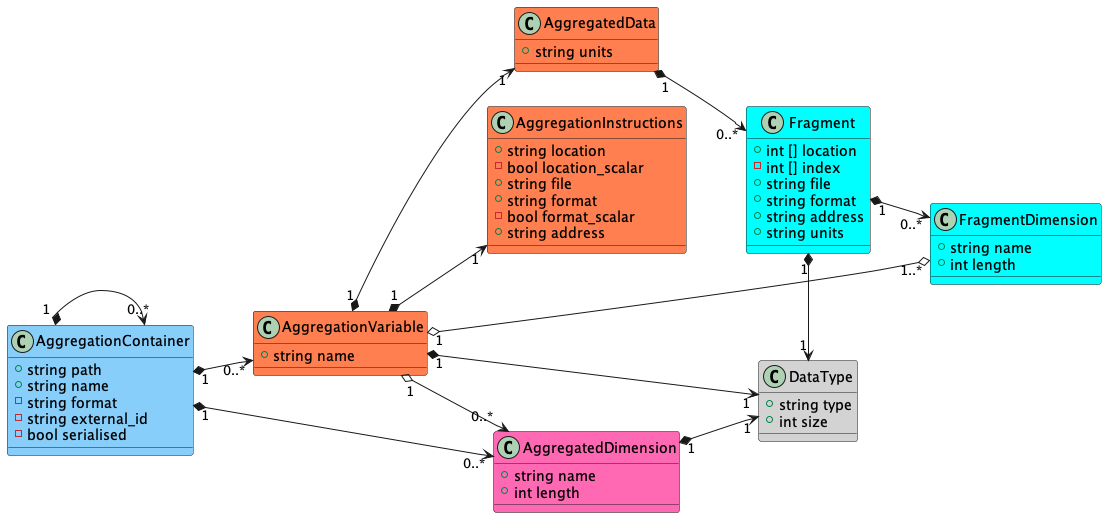
Above: doc/uml/cfa_class_diagram.png in cedadev/CFA-C (PlantUML), before the change.
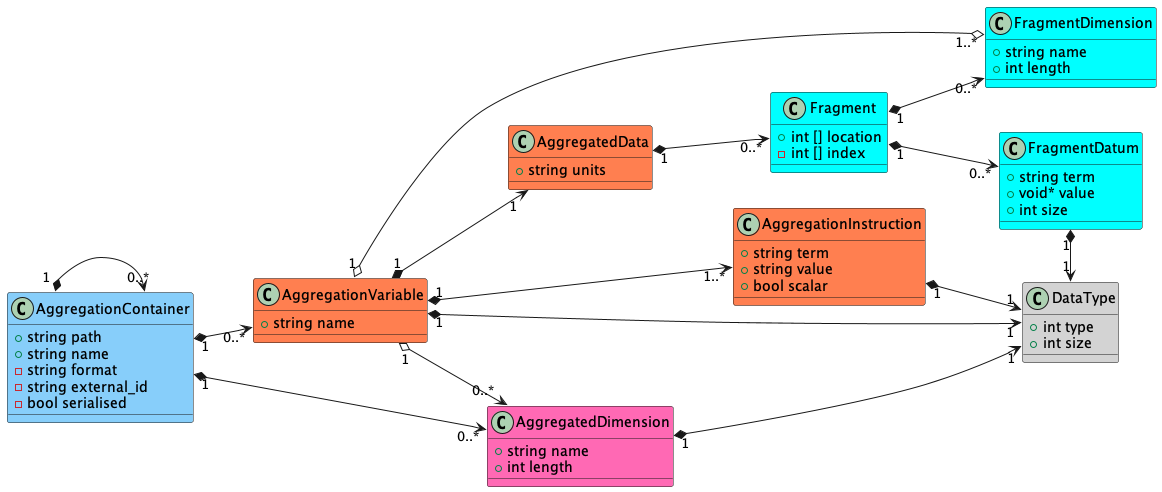
Later version of the same file.

Diff of the diagram source:
```diff
@@ -1,7 +1,7 @@
 @startuml cfa_class_diagram
 left to right direction
 class DataType #lightgrey {
-    +string type
+    +int type
     +int size
 }
 
@@ -13,19 +13,18 @@
 class Fragment #cyan {
     +int [] location
     -int [] index
-    +string file
-    +string format
-    +string address
-    +string units
 }
 
-class AggregationInstructions #coral {
-    +string location
-    -bool location_scalar
-    +string file
-    +string format
-    -bool format_scalar
-    +string address
+class FragmentDatum #cyan {
+    +string term
+    +void* value
+    +int size
+}
+
+class AggregationInstruction #coral {
+    +string term
+    +string value
+    +bool scalar
 }
 
 class AggregatedData #coral {
@@ -53,11 +52,13 @@
 AggregationVariable "1" *--> "1" AggregatedData
 AggregatedData "1" *--> "0..*" Fragment
 Fragment "1" *--> "0..*" FragmentDimension
+Fragment "1" *--> "0..*" FragmentDatum
 AggregationVariable "1" o--o "1..*" FragmentDimension
 AggregatedDimension "1" *-> "1" DataType
-AggregationVariable "1" *--> "1" AggregationInstructions
+AggregationVariable "1" *--> "1..*" AggregationInstruction
 AggregationVariable "1" *-> "1" DataType
-Fragment "1" *-> "1" DataType
+AggregationInstruction "1" *-> "1" DataType
+FragmentDatum "1" *-> "1" DataType
 AggregationContainer "1" *--> "0..*" AggregationVariable
 AggregationContainer "1" *--> "0..*" AggregatedDimension
 AggregationContainer "1" *--> "0..*" AggregationContainer
```
